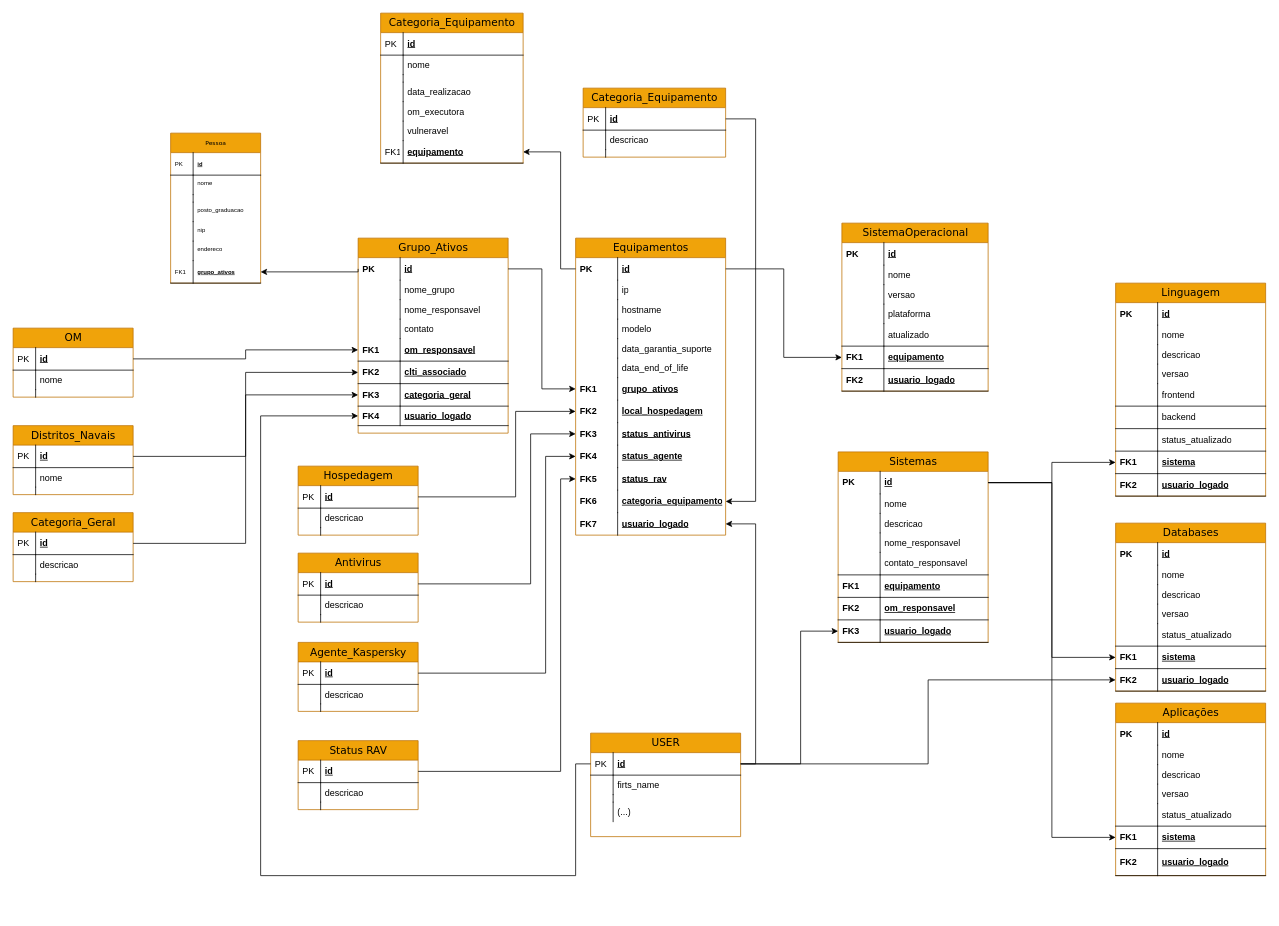
The draw.io diagram Diagrama sem nome.drawio in pedrohts/home, before the edit. Source tidied: cells renumbered, new cells numbered last; positions are measured from the earlier drawing's top-left corner, leaving out a move shared by most shapes. Both pictures are drawn from the tidied source at 75%, with x=0, y=0 at pixel (13, 13).
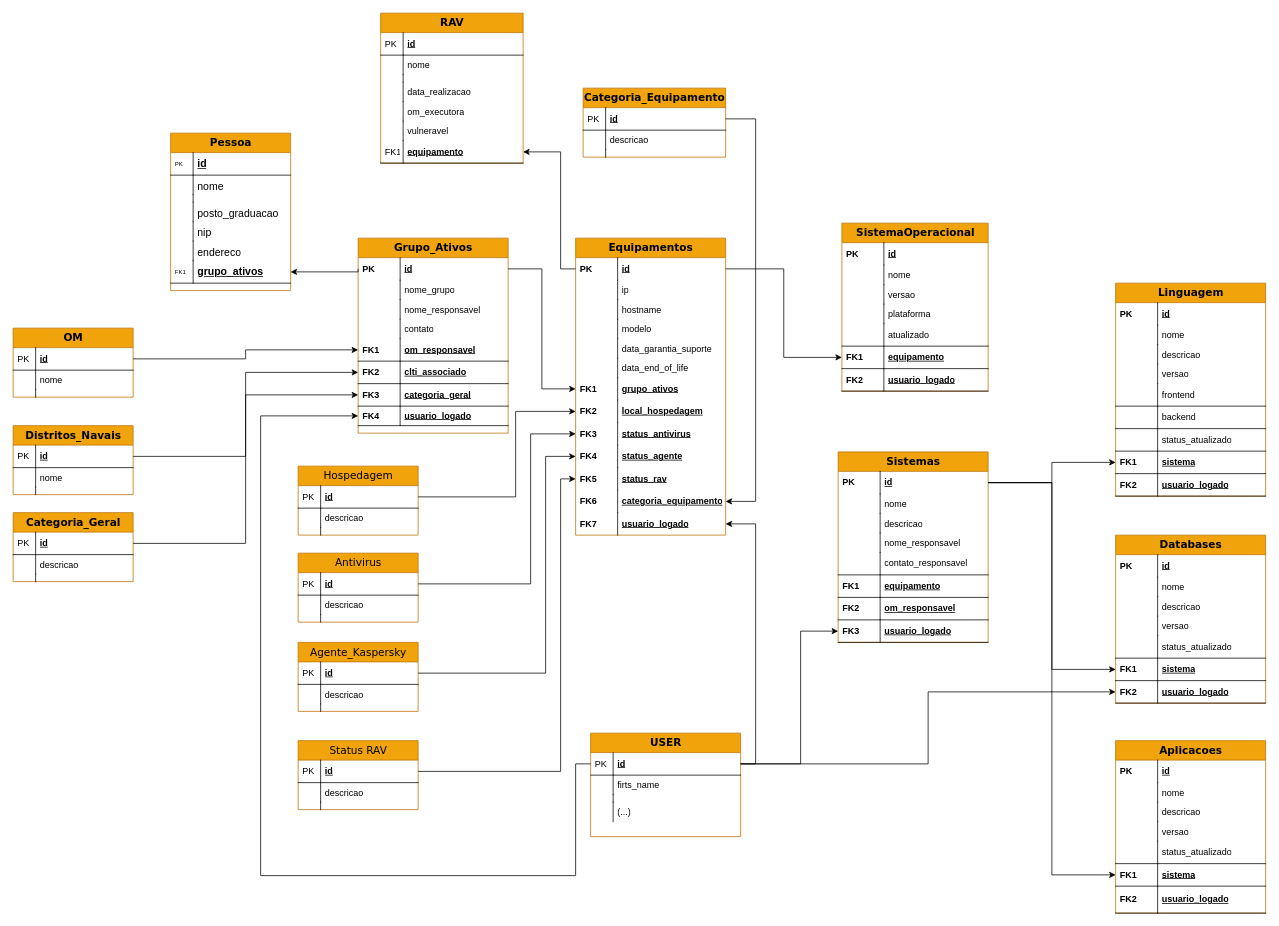
After the change.

What changed in the source:
```diff
@@
-    <mxCell id="2" value="Grupo_Ativos" style="swimlane;html=1;fontStyle=0;horizontal=1;startSize=26;fillColor=#f0a30a;swimlaneFillColor=#ffffff;align=center;rounded=0;shadow=0;comic=0;labelBackgroundColor=none;strokeWidth=1;fontFamily=Verdana;fontSize=14;strokeColor=#BD7000;fontColor=#000000;" parent="1" vertex="1">
+    <mxCell id="2" value="&lt;b&gt;Grupo_Ativos&lt;/b&gt;" style="swimlane;html=1;fontStyle=0;horizontal=1;startSize=26;fillColor=#f0a30a;swimlaneFillColor=#ffffff;align=center;rounded=0;shadow=0;comic=0;labelBackgroundColor=none;strokeWidth=1;fontFamily=Verdana;fontSize=14;strokeColor=#BD7000;fontColor=#000000;" parent="1" vertex="1">
       <mxGeometry x="460" y="300" width="200" height="260" as="geometry" />
     </mxCell>
@@
-    <mxCell id="19" value="OM" style="swimlane;html=1;fontStyle=0;horizontal=1;startSize=26;fillColor=#f0a30a;swimlaneFillColor=#ffffff;align=center;rounded=0;shadow=0;comic=0;labelBackgroundColor=none;strokeWidth=1;fontFamily=Verdana;fontSize=14;fontColor=#000000;strokeColor=#BD7000;" parent="1" vertex="1">
+    <mxCell id="19" value="&lt;b&gt;OM&lt;/b&gt;" style="swimlane;html=1;fontStyle=0;horizontal=1;startSize=26;fillColor=#f0a30a;swimlaneFillColor=#ffffff;align=center;rounded=0;shadow=0;comic=0;labelBackgroundColor=none;strokeWidth=1;fontFamily=Verdana;fontSize=14;fontColor=#000000;strokeColor=#BD7000;" parent="1" vertex="1">
       <mxGeometry y="420" width="160" height="92" as="geometry" />
     </mxCell>
@@
-    <mxCell id="27" value="Distritos_Navais" style="swimlane;html=1;fontStyle=0;horizontal=1;startSize=26;fillColor=#f0a30a;swimlaneFillColor=#ffffff;align=center;rounded=0;shadow=0;comic=0;labelBackgroundColor=none;strokeWidth=1;fontFamily=Verdana;fontSize=14;fontColor=#000000;strokeColor=#BD7000;" parent="1" vertex="1">
+    <mxCell id="27" value="&lt;b&gt;Distritos_Navais&lt;/b&gt;" style="swimlane;html=1;fontStyle=0;horizontal=1;startSize=26;fillColor=#f0a30a;swimlaneFillColor=#ffffff;align=center;rounded=0;shadow=0;comic=0;labelBackgroundColor=none;strokeWidth=1;fontFamily=Verdana;fontSize=14;fontColor=#000000;strokeColor=#BD7000;" parent="1" vertex="1">
       <mxGeometry y="550" width="160" height="92" as="geometry" />
     </mxCell>
@@
-    <mxCell id="35" value="Categoria_Geral" style="swimlane;html=1;fontStyle=0;horizontal=1;startSize=26;fillColor=#f0a30a;swimlaneFillColor=#ffffff;align=center;rounded=0;shadow=0;comic=0;labelBackgroundColor=none;strokeWidth=1;fontFamily=Verdana;fontSize=14;fontColor=#000000;strokeColor=#BD7000;" parent="1" vertex="1">
+    <mxCell id="35" value="&lt;b&gt;Categoria_Geral&lt;/b&gt;" style="swimlane;html=1;fontStyle=0;horizontal=1;startSize=26;fillColor=#f0a30a;swimlaneFillColor=#ffffff;align=center;rounded=0;shadow=0;comic=0;labelBackgroundColor=none;strokeWidth=1;fontFamily=Verdana;fontSize=14;fontColor=#000000;strokeColor=#BD7000;" parent="1" vertex="1">
       <mxGeometry y="666" width="160" height="92" as="geometry" />
     </mxCell>
@@
-    <mxCell id="43" value="Pessoa" style="swimlane;html=1;fontStyle=0;horizontal=1;startSize=26;fillColor=#f0a30a;swimlaneFillColor=#ffffff;align=center;rounded=0;shadow=0;comic=0;labelBackgroundColor=none;strokeWidth=1;fontFamily=Verdana;fontSize=8;fontColor=#000000;strokeColor=#BD7000;" parent="1" vertex="1">
-      <mxGeometry x="210" y="160" width="120" height="200" as="geometry" />
+    <mxCell id="43" value="&lt;b&gt;Pessoa&lt;/b&gt;" style="swimlane;html=1;fontStyle=0;horizontal=1;startSize=26;fillColor=#f0a30a;swimlaneFillColor=#ffffff;align=center;rounded=0;shadow=0;comic=0;labelBackgroundColor=none;strokeWidth=1;fontFamily=Verdana;fontSize=14;fontColor=#000000;strokeColor=#BD7000;" parent="1" vertex="1">
+      <mxGeometry x="210" y="160" width="160" height="210" as="geometry" />
     </mxCell>
-    <mxCell id="44" value="id" style="shape=partialRectangle;top=0;left=0;right=0;bottom=1;html=1;align=left;verticalAlign=middle;fillColor=none;spacingLeft=34;spacingRight=4;whiteSpace=wrap;overflow=hidden;fontStyle=5;fontSize=8;" parent="43" vertex="1">
-      <mxGeometry y="26" width="120" height="30" as="geometry" />
+    <mxCell id="44" value="id" style="shape=partialRectangle;top=0;left=0;right=0;bottom=1;html=1;align=left;verticalAlign=middle;fillColor=none;spacingLeft=34;spacingRight=4;whiteSpace=wrap;overflow=hidden;fontStyle=5;fontSize=14;" parent="43" vertex="1">
+      <mxGeometry y="26" width="160" height="30" as="geometry" />
     </mxCell>
@@
-    <mxCell id="46" value="nome" style="shape=partialRectangle;top=0;left=0;right=0;bottom=0;html=1;align=left;verticalAlign=top;fillColor=none;spacingLeft=34;spacingRight=4;whiteSpace=wrap;overflow=hidden;fontSize=8;" parent="43" vertex="1">
-      <mxGeometry y="56" width="120" height="26" as="geometry" />
+    <mxCell id="46" value="nome" style="shape=partialRectangle;top=0;left=0;right=0;bottom=0;html=1;align=left;verticalAlign=top;fillColor=none;spacingLeft=34;spacingRight=4;whiteSpace=wrap;overflow=hidden;fontSize=14;" parent="43" vertex="1">
+      <mxGeometry y="56" width="160" height="26" as="geometry" />
     </mxCell>
@@
     <mxCell id="48" style="shape=partialRectangle;top=0;left=0;right=0;bottom=0;html=1;align=left;verticalAlign=top;fillColor=none;spacingLeft=34;spacingRight=4;whiteSpace=wrap;overflow=hidden;fontSize=8;" parent="43" vertex="1">
-      <mxGeometry y="82" width="120" height="10" as="geometry" />
+      <mxGeometry y="82" width="160" height="10" as="geometry" />
     </mxCell>
@@
-    <mxCell id="50" value="posto_graduacao" style="shape=partialRectangle;top=0;left=0;right=0;bottom=0;html=1;align=left;verticalAlign=top;fillColor=none;spacingLeft=34;spacingRight=4;whiteSpace=wrap;overflow=hidden;fontSize=8;" parent="43" vertex="1">
-      <mxGeometry y="92" width="120" height="26" as="geometry" />
+    <mxCell id="50" value="posto_graduacao" style="shape=partialRectangle;top=0;left=0;right=0;bottom=0;html=1;align=left;verticalAlign=top;fillColor=none;spacingLeft=34;spacingRight=4;whiteSpace=wrap;overflow=hidden;fontSize=14;" parent="43" vertex="1">
+      <mxGeometry y="92" width="160" height="26" as="geometry" />
     </mxCell>
@@
-    <mxCell id="52" value="nip" style="shape=partialRectangle;top=0;left=0;right=0;bottom=0;html=1;align=left;verticalAlign=top;fillColor=none;spacingLeft=34;spacingRight=4;whiteSpace=wrap;overflow=hidden;fontSize=8;" parent="43" vertex="1">
-      <mxGeometry y="118" width="120" height="26" as="geometry" />
+    <mxCell id="52" value="nip" style="shape=partialRectangle;top=0;left=0;right=0;bottom=0;html=1;align=left;verticalAlign=top;fillColor=none;spacingLeft=34;spacingRight=4;whiteSpace=wrap;overflow=hidden;fontSize=14;" parent="43" vertex="1">
+      <mxGeometry y="118" width="160" height="26" as="geometry" />
     </mxCell>
@@
-    <mxCell id="54" value="endereco" style="shape=partialRectangle;top=0;left=0;right=0;bottom=0;html=1;align=left;verticalAlign=top;fillColor=none;spacingLeft=34;spacingRight=4;whiteSpace=wrap;overflow=hidden;fontSize=8;" parent="43" vertex="1">
-      <mxGeometry y="144" width="120" height="26" as="geometry" />
+    <mxCell id="54" value="endereco" style="shape=partialRectangle;top=0;left=0;right=0;bottom=0;html=1;align=left;verticalAlign=top;fillColor=none;spacingLeft=34;spacingRight=4;whiteSpace=wrap;overflow=hidden;fontSize=14;" parent="43" vertex="1">
+      <mxGeometry y="144" width="160" height="26" as="geometry" />
     </mxCell>
@@
-    <mxCell id="56" value="grupo_ativos" style="shape=partialRectangle;top=0;left=0;right=0;bottom=1;html=1;align=left;verticalAlign=middle;fillColor=none;spacingLeft=34;spacingRight=4;whiteSpace=wrap;overflow=hidden;points=[[0,0.5],[1,0.5]];portConstraint=eastwest;fontStyle=5;fontSize=8;" parent="43" vertex="1">
-      <mxGeometry y="170" width="120" height="30" as="geometry" />
+    <mxCell id="56" value="grupo_ativos" style="shape=partialRectangle;top=0;left=0;right=0;bottom=1;html=1;align=left;verticalAlign=middle;fillColor=none;spacingLeft=34;spacingRight=4;whiteSpace=wrap;overflow=hidden;points=[[0,0.5],[1,0.5]];portConstraint=eastwest;fontStyle=5;fontSize=14;" parent="43" vertex="1">
+      <mxGeometry y="170" width="160" height="30" as="geometry" />
     </mxCell>
@@
-    <mxCell id="58" value="Equipamentos" style="swimlane;html=1;fontStyle=0;horizontal=1;startSize=26;fillColor=#f0a30a;swimlaneFillColor=#ffffff;align=center;rounded=0;shadow=0;comic=0;labelBackgroundColor=none;strokeWidth=1;fontFamily=Verdana;fontSize=14;strokeColor=#BD7000;fontColor=#000000;" parent="1" vertex="1">
+    <mxCell id="58" value="&lt;b&gt;Equipamentos&lt;/b&gt;" style="swimlane;html=1;fontStyle=0;horizontal=1;startSize=26;fillColor=#f0a30a;swimlaneFillColor=#ffffff;align=center;rounded=0;shadow=0;comic=0;labelBackgroundColor=none;strokeWidth=1;fontFamily=Verdana;fontSize=14;strokeColor=#BD7000;fontColor=#000000;" parent="1" vertex="1">
       <mxGeometry x="750" y="300" width="200" height="396" as="geometry" />
     </mxCell>
@@
-    <mxCell id="113" value="Categoria_Equipamento" style="swimlane;html=1;fontStyle=0;horizontal=1;startSize=26;fillColor=#f0a30a;swimlaneFillColor=#ffffff;align=center;rounded=0;shadow=0;comic=0;labelBackgroundColor=none;strokeWidth=1;fontFamily=Verdana;fontSize=14;fontColor=#000000;strokeColor=#BD7000;" parent="1" vertex="1">
+    <mxCell id="113" value="&lt;b&gt;Categoria_Equipamento&lt;/b&gt;" style="swimlane;html=1;fontStyle=0;horizontal=1;startSize=26;fillColor=#f0a30a;swimlaneFillColor=#ffffff;align=center;rounded=0;shadow=0;comic=0;labelBackgroundColor=none;strokeWidth=1;fontFamily=Verdana;fontSize=14;fontColor=#000000;strokeColor=#BD7000;" parent="1" vertex="1">
       <mxGeometry x="760" y="100" width="190" height="92" as="geometry" />
     </mxCell>
@@
-    <mxCell id="120" value="SistemaOperacional" style="swimlane;html=1;fontStyle=0;horizontal=1;startSize=26;fillColor=#f0a30a;swimlaneFillColor=#ffffff;align=center;rounded=0;shadow=0;comic=0;labelBackgroundColor=none;strokeWidth=1;fontFamily=Verdana;fontSize=14;strokeColor=#BD7000;fontColor=#000000;" parent="1" vertex="1">
+    <mxCell id="120" value="&lt;b&gt;SistemaOperacional&lt;/b&gt;" style="swimlane;html=1;fontStyle=0;horizontal=1;startSize=26;fillColor=#f0a30a;swimlaneFillColor=#ffffff;align=center;rounded=0;shadow=0;comic=0;labelBackgroundColor=none;strokeWidth=1;fontFamily=Verdana;fontSize=14;strokeColor=#BD7000;fontColor=#000000;" parent="1" vertex="1">
       <mxGeometry x="1105" y="280" width="195" height="224" as="geometry" />
     </mxCell>
@@
-    <mxCell id="135" value="USER" style="swimlane;html=1;fontStyle=0;horizontal=1;startSize=26;fillColor=#f0a30a;swimlaneFillColor=#ffffff;align=center;rounded=0;shadow=0;comic=0;labelBackgroundColor=none;strokeWidth=1;fontFamily=Verdana;fontSize=14;fontColor=#000000;strokeColor=#BD7000;" parent="1" vertex="1">
+    <mxCell id="135" value="&lt;b&gt;USER&lt;/b&gt;" style="swimlane;html=1;fontStyle=0;horizontal=1;startSize=26;fillColor=#f0a30a;swimlaneFillColor=#ffffff;align=center;rounded=0;shadow=0;comic=0;labelBackgroundColor=none;strokeWidth=1;fontFamily=Verdana;fontSize=14;fontColor=#000000;strokeColor=#BD7000;" parent="1" vertex="1">
       <mxGeometry x="770" y="960" width="200" height="138" as="geometry" />
     </mxCell>
@@
-    <mxCell id="144" value="Databases" style="swimlane;html=1;fontStyle=0;horizontal=1;startSize=26;fillColor=#f0a30a;swimlaneFillColor=#ffffff;align=center;rounded=0;shadow=0;comic=0;labelBackgroundColor=none;strokeWidth=1;fontFamily=Verdana;fontSize=14;strokeColor=#BD7000;fontColor=#000000;" parent="1" vertex="1">
-      <mxGeometry x="1470" y="680" width="200" height="224" as="geometry" />
+    <mxCell id="144" value="&lt;b&gt;Databases&lt;/b&gt;" style="swimlane;html=1;fontStyle=0;horizontal=1;startSize=26;fillColor=#f0a30a;swimlaneFillColor=#ffffff;align=center;rounded=0;shadow=0;comic=0;labelBackgroundColor=none;strokeWidth=1;fontFamily=Verdana;fontSize=14;strokeColor=#BD7000;fontColor=#000000;" parent="1" vertex="1">
+      <mxGeometry x="1470" y="696" width="200" height="224" as="geometry" />
     </mxCell>
@@
-    <mxCell id="159" value="Linguagem" style="swimlane;html=1;fontStyle=0;horizontal=1;startSize=26;fillColor=#f0a30a;swimlaneFillColor=#ffffff;align=center;rounded=0;shadow=0;comic=0;labelBackgroundColor=none;strokeWidth=1;fontFamily=Verdana;fontSize=14;strokeColor=#BD7000;fontColor=#000000;" parent="1" vertex="1">
+    <mxCell id="159" value="&lt;b&gt;Linguagem&lt;/b&gt;" style="swimlane;html=1;fontStyle=0;horizontal=1;startSize=26;fillColor=#f0a30a;swimlaneFillColor=#ffffff;align=center;rounded=0;shadow=0;comic=0;labelBackgroundColor=none;strokeWidth=1;fontFamily=Verdana;fontSize=14;strokeColor=#BD7000;fontColor=#000000;" parent="1" vertex="1">
       <mxGeometry x="1470" y="360" width="200" height="284" as="geometry" />
     </mxCell>
@@
-    <mxCell id="178" value="Sistemas" style="swimlane;html=1;fontStyle=0;horizontal=1;startSize=26;fillColor=#f0a30a;swimlaneFillColor=#ffffff;align=center;rounded=0;shadow=0;comic=0;labelBackgroundColor=none;strokeWidth=1;fontFamily=Verdana;fontSize=14;strokeColor=#BD7000;fontColor=#000000;" parent="1" vertex="1">
+    <mxCell id="178" value="&lt;b&gt;Sistemas&lt;/b&gt;" style="swimlane;html=1;fontStyle=0;horizontal=1;startSize=26;fillColor=#f0a30a;swimlaneFillColor=#ffffff;align=center;rounded=0;shadow=0;comic=0;labelBackgroundColor=none;strokeWidth=1;fontFamily=Verdana;fontSize=14;strokeColor=#BD7000;fontColor=#000000;" parent="1" vertex="1">
       <mxGeometry x="1100" y="585" width="200" height="254" as="geometry" />
     </mxCell>
@@
-    <mxCell id="195" value="Aplicações" style="swimlane;html=1;fontStyle=0;horizontal=1;startSize=26;fillColor=#f0a30a;swimlaneFillColor=#ffffff;align=center;rounded=0;shadow=0;comic=0;labelBackgroundColor=none;strokeWidth=1;fontFamily=Verdana;fontSize=14;strokeColor=#BD7000;fontColor=#000000;" parent="1" vertex="1">
-      <mxGeometry x="1470" y="920" width="200" height="230" as="geometry" />
+    <mxCell id="195" value="&lt;b&gt;Aplicacoes&lt;/b&gt;" style="swimlane;html=1;fontStyle=0;horizontal=1;startSize=26;fillColor=#f0a30a;swimlaneFillColor=#ffffff;align=center;rounded=0;shadow=0;comic=0;labelBackgroundColor=none;strokeWidth=1;fontFamily=Verdana;fontSize=14;strokeColor=#BD7000;fontColor=#000000;" parent="1" vertex="1">
+      <mxGeometry x="1470" y="970" width="200" height="230" as="geometry" />
     </mxCell>
@@
-    <mxCell id="225" value="Categoria_Equipamento" style="swimlane;html=1;fontStyle=0;horizontal=1;startSize=26;fillColor=#f0a30a;swimlaneFillColor=#ffffff;align=center;rounded=0;shadow=0;comic=0;labelBackgroundColor=none;strokeWidth=1;fontFamily=Verdana;fontSize=14;fontColor=#000000;strokeColor=#BD7000;" parent="1" vertex="1">
+    <mxCell id="225" value="&lt;b&gt;RAV&lt;/b&gt;" style="swimlane;html=1;fontStyle=0;horizontal=1;startSize=26;fillColor=#f0a30a;swimlaneFillColor=#ffffff;align=center;rounded=0;shadow=0;comic=0;labelBackgroundColor=none;strokeWidth=1;fontFamily=Verdana;fontSize=14;fontColor=#000000;strokeColor=#BD7000;" parent="1" vertex="1">
       <mxGeometry x="490" width="190" height="200" as="geometry" />
     </mxCell>
```
